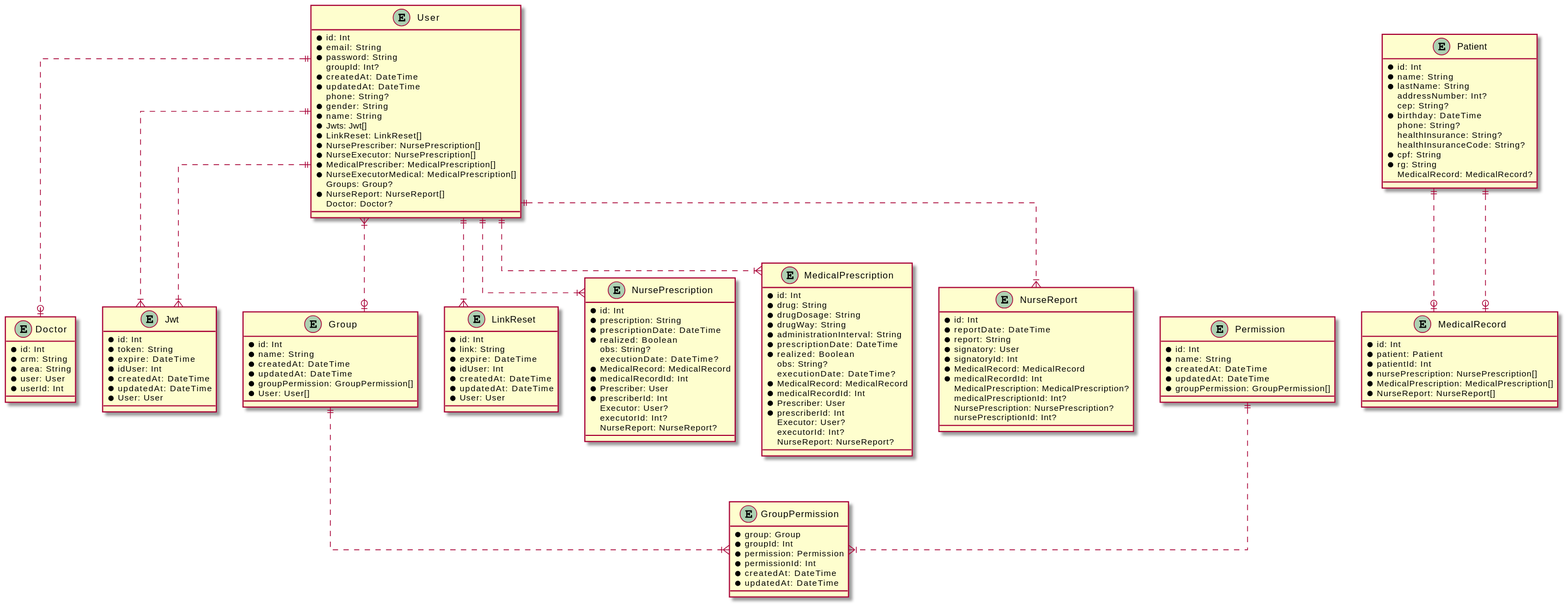
Before: prisma/uml/schemas_uml.svg, a diagram exported from PlantUML (CC-UNIP-CAMPINAS/SAPEP-back). Source of this version:
```plantuml
@startuml
skinparam linetype ortho

entity User {
  * id: Int
  * email: String
  * password: String
  groupId: Int?
  * createdAt: DateTime
  * updatedAt: DateTime
  phone: String?
  * gender: String
  * name: String
  * Jwts: Jwt[]
  * LinkReset: LinkReset[]
  * NursePrescriber: NursePrescription[]
  * NurseExecutor: NursePrescription[]
  * MedicalPrescriber: MedicalPrescription[]
  * NurseExecutorMedical: MedicalPrescription[]
  Groups: Group?
  * NurseReport: NurseReport[]
  Doctor: Doctor?
}

entity Doctor {
  * id: Int
  * crm: String
  * area: String
  * user: User
  * userId: Int
}

entity Jwt {
  * id: Int
  * token: String
  * expire: DateTime
  * idUser: Int
  * createdAt: DateTime
  * updatedAt: DateTime
  * User: User
}

entity Group {
  * id: Int
  * name: String
  * createdAt: DateTime
  * updatedAt: DateTime
  * groupPermission: GroupPermission[]
  * User: User[]
}

entity Permission {
  * id: Int
  * name: String
  * createdAt: DateTime
  * updatedAt: DateTime
  * groupPermission: GroupPermission[]
}

entity GroupPermission {
  * group: Group
  * groupId: Int
  * permission: Permission
  * permissionId: Int
  * createdAt: DateTime
  * updatedAt: DateTime
}

entity LinkReset {
  * id: Int
  * link: String
  * expire: DateTime
  * idUser: Int
  * createdAt: DateTime
  * updatedAt: DateTime
  * User: User
}

entity Patient {
  * id: Int
  * name: String
  * lastName: String
  addressNumber: Int?
  cep: String?
  * birthday: DateTime
  phone: String?
  healthInsurance: String?
  healthInsuranceCode: String?
  * cpf: String
  * rg: String
  MedicalRecord: MedicalRecord?
}

entity MedicalRecord {
  * id: Int
  * patient: Patient
  * patientId: Int
  * nursePrescription: NursePrescription[]
  * MedicalPrescription: MedicalPrescription[]
  * NurseReport: NurseReport[]
}

entity NursePrescription {
  * id: Int
  * prescription: String
  * prescriptionDate: DateTime
  * realized: Boolean
  obs: String?
  executionDate: DateTime?
  * MedicalRecord: MedicalRecord
  * medicalRecordId: Int
  * Prescriber: User
  * prescriberId: Int
  Executor: User?
  executorId: Int?
  NurseReport: NurseReport?
}

entity MedicalPrescription {
  * id: Int
  * drug: String
  * drugDosage: String
  * drugWay: String
  * administrationInterval: String
  * prescriptionDate: DateTime
  * realized: Boolean
  obs: String?
  executionDate: DateTime?
  * MedicalRecord: MedicalRecord
  * medicalRecordId: Int
  * Prescriber: User
  * prescriberId: Int
  Executor: User?
  executorId: Int?
  NurseReport: NurseReport?
}

entity NurseReport {
  * id: Int
  * reportDate: DateTime
  * report: String
  * signatory: User
  * signatoryId: Int
  * MedicalRecord: MedicalRecord
  * medicalRecordId: Int
  MedicalPrescription: MedicalPrescription?
  medicalPrescriptionId: Int?
  NursePrescription: NursePrescription?
  nursePrescriptionId: Int?
}

User ||..|{ Jwt
User ||..o| Doctor
User ||..|{ Jwt
User }|..o| Group
Permission ||..|{ GroupPermission
Group ||..|{ GroupPermission
User ||..|{ LinkReset
Patient ||..o| MedicalRecord
Patient ||..o| MedicalRecord
User ||..|{ NursePrescription
User ||..|{ MedicalPrescription
User ||..|{ NurseReport
@enduml
```
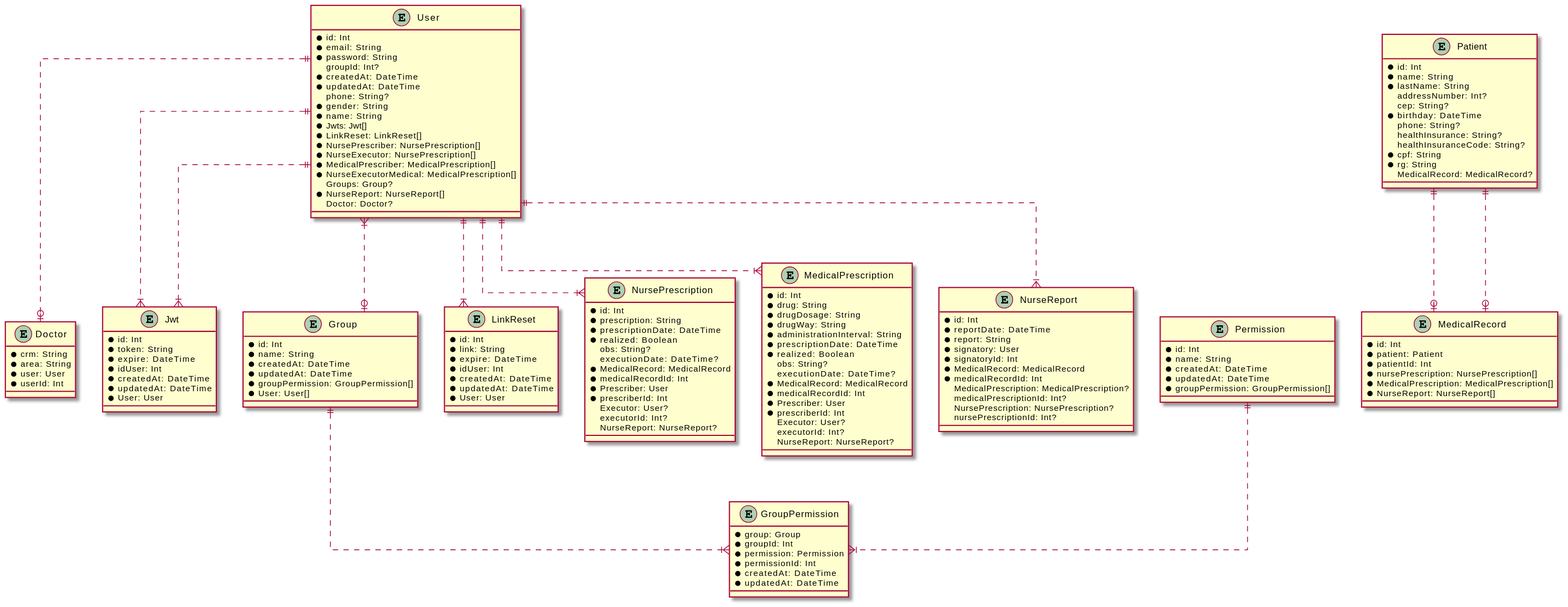
Later version of the same file.

Commit message:
refactor(Prisma): :recycle: Retirando id do schema de Doctor e atualizando o UML

The edit, as a diff of the source:
```diff
@@ -23,7 +23,6 @@
 }
 
 entity Doctor {
-  * id: Int
   * crm: String
   * area: String
   * user: User
```
